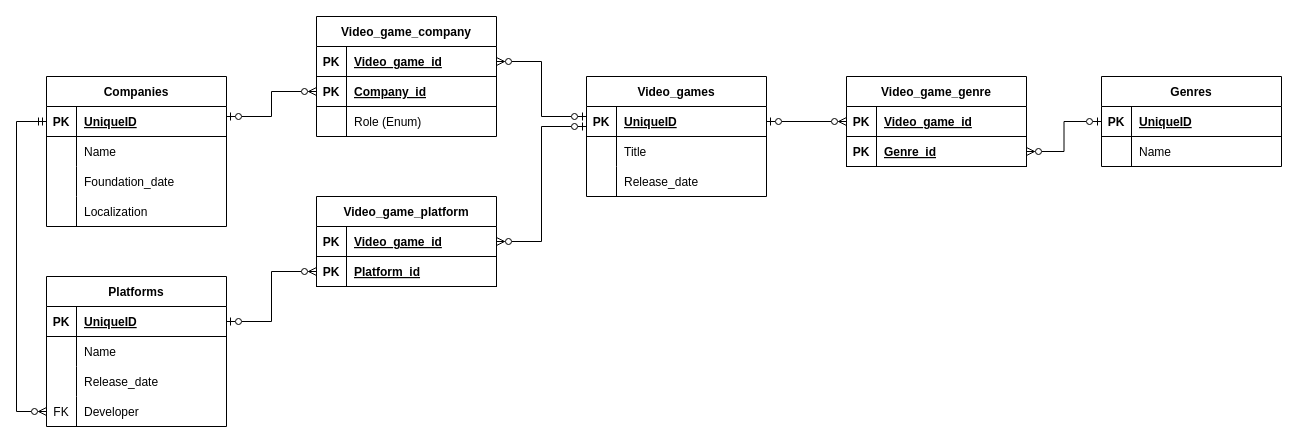
Above: backend/model/src/main/resources/MyVideogameListDBSchema.drawio in Froxteer/MyVideogameList (draw.io), before the change. Source tidied: cells renumbered, new cells numbered last; positions are measured from the earlier drawing's top-left corner, leaving out a move shared by most shapes. Both pictures are drawn from the tidied source at 100%, with x=0, y=0 at pixel (16, 16).
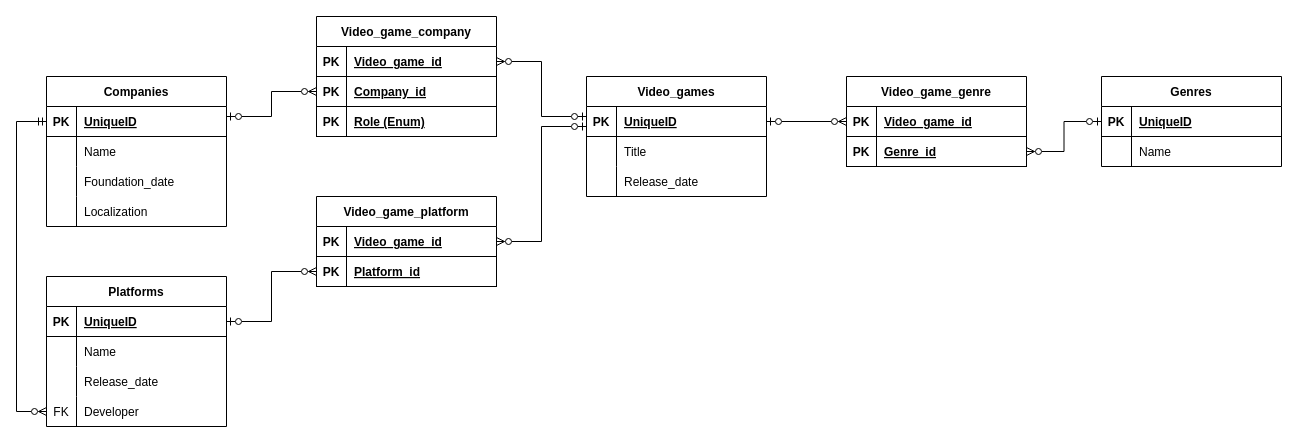
The same diagram, later.

Unchanged cells that the change refers to:
```xml
<mxCell id="41" value="Video_game_company" style="shape=table;startSize=30;childLayout=tableLayout;rowLines=0;fontStyle=1;align=center;" parent="1" vertex="1">
  <mxGeometry x="300" width="180" height="120" as="geometry" />
</mxCell>
```

Change to the diagram source:
```diff
@@
-    <mxCell id="48" style="shape=tableRow;horizontal=0;startSize=0;swimlaneHead=0;swimlaneBody=0;fillColor=none;top=0;left=0;right=0;bottom=0;" parent="41" vertex="1">
-      <mxGeometry y="90" width="180" height="30" as="geometry" />
-    </mxCell>
-    <mxCell id="49" style="shape=partialRectangle;fillColor=none;top=0;left=0;bottom=0;right=0;overflow=hidden;" parent="48" vertex="1">
-      <mxGeometry width="30" height="30" as="geometry" />
-    </mxCell>
+    <mxCell id="76" style="shape=tableRow;horizontal=0;startSize=0;swimlaneHead=0;swimlaneBody=0;fillColor=none;top=0;left=0;right=0;bottom=1;" parent="41" vertex="1">
+      <mxGeometry y="90" width="180" height="30" as="geometry" />
+    </mxCell>
+    <mxCell id="77" value="PK" style="shape=partialRectangle;fillColor=none;top=0;left=0;bottom=0;right=0;fontStyle=1;overflow=hidden;" parent="76" vertex="1">
+      <mxGeometry width="30" height="30" as="geometry" />
+    </mxCell>
-    <mxCell id="50" value="Role (Enum)" style="shape=partialRectangle;fillColor=none;top=0;left=0;bottom=0;right=0;align=left;spacingLeft=6;overflow=hidden;" parent="48" vertex="1">
+    <mxCell id="50" value="Role (Enum)" style="shape=partialRectangle;fillColor=none;top=0;left=0;bottom=0;right=0;align=left;spacingLeft=6;fontStyle=5;overflow=hidden;" parent="76" vertex="1">
       <mxGeometry x="30" width="150" height="30" as="geometry" />
     </mxCell>
```
